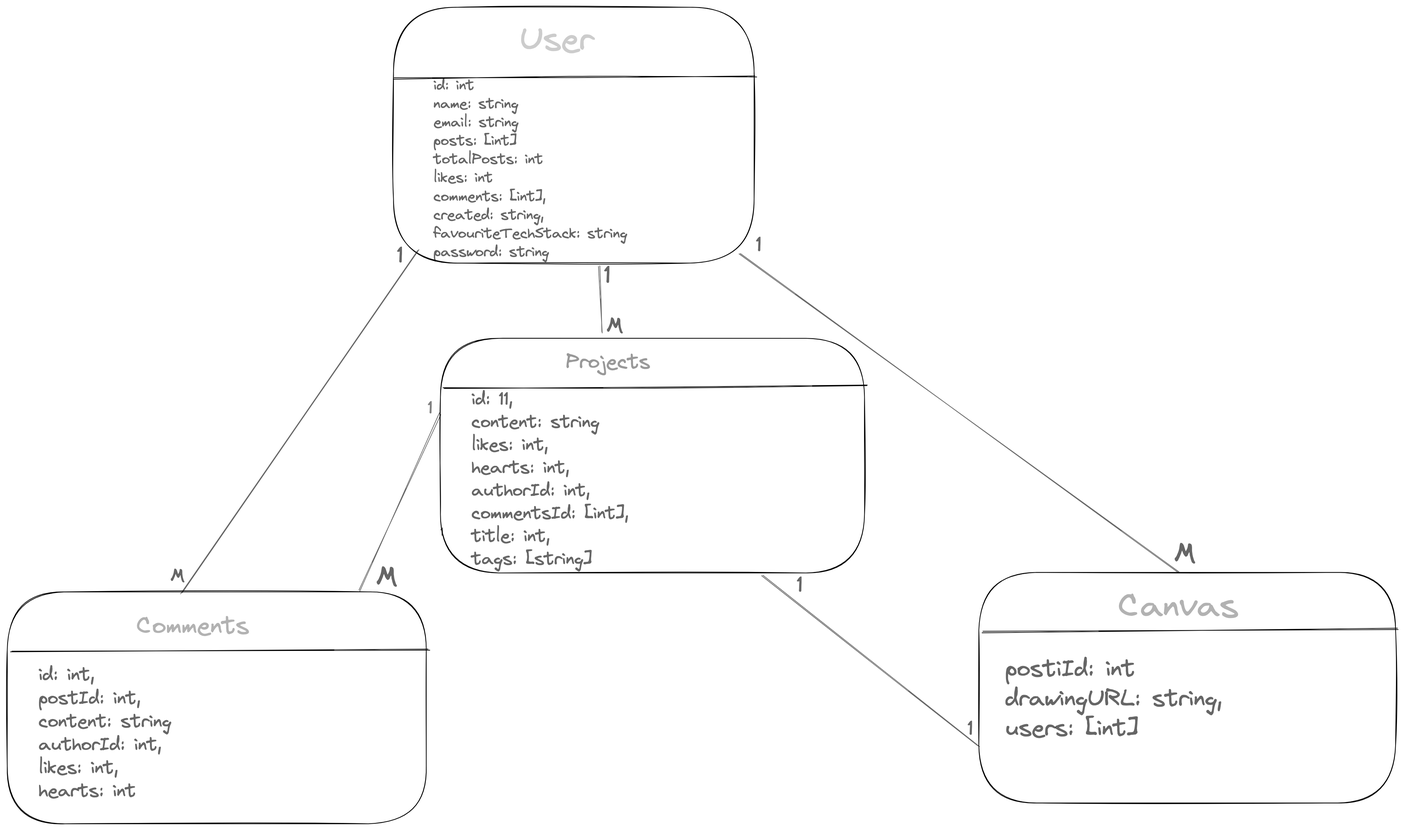
Earlier version of the Excalidraw export public/Db.excalidraw.png (HieuHongHao/326Project). Source tidied: one line per element, renumbered; positions are measured from the earlier drawing's top-left corner, leaving out a move shared by most shapes. Its diagram source:
```json
{"id": 0, "type": "rectangle", "strokeColor": "#000000", "strokeWidth": 1, "roughness": 1, "x": 533, "y": 0, "width": 498, "height": 353}
{"id": 1, "type": "line", "strokeColor": "#000000", "strokeWidth": 1, "roughness": 1, "x": 534, "y": 98, "width": 499, "height": 3, "points": [[0, 0], [250, -2], [499, -3]]}
{"id": 2, "type": "text", "text": "User", "strokeColor": "#000000", "strokeWidth": 1, "roughness": 1, "opacity": 20, "fontSize": 45.77, "fontFamily": 1, "x": 708, "y": 17, "width": 108, "height": 57}
{"id": 3, "type": "text", "text": " id: int\n name: string\n email: string\n posts: [int]\n totalPosts: int\n likes: int\n comments: [int],\n created: string,\n favouriteTechStack: string\n password: string\n", "strokeColor": "#000000", "strokeWidth": 1, "roughness": 1, "opacity": 60, "fontSize": 20.26, "fontFamily": 1, "x": 579, "y": 96, "width": 279, "height": 281}
{"id": 4, "type": "rectangle", "strokeColor": "#000000", "strokeWidth": 1, "roughness": 1, "x": 598, "y": 457, "width": 586, "height": 324}
{"id": 5, "type": "line", "strokeColor": "#000000", "strokeWidth": 1, "roughness": 1, "x": 603, "y": 526, "width": 584, "height": 4, "points": [[0, 0], [292, -2], [584, -4]]}
{"id": 6, "type": "text", "text": "Projects", "strokeColor": "#000000", "strokeWidth": 1, "roughness": 1, "opacity": 40, "fontSize": 28.16, "fontFamily": 1, "x": 772, "y": 473, "width": 118, "height": 36}
{"id": 7, "type": "text", "text": "    id: 11,\n    content: string\n    likes: int,\n    hearts: int,\n    authorId: int,\n    commentsId: [int],\n    title: int,\n    tags: [string]", "strokeColor": "#000000", "strokeWidth": 1, "roughness": 1, "opacity": 60, "fontSize": 24.75, "fontFamily": 1, "x": 592, "y": 525, "width": 268, "height": 252}
{"id": 8, "type": "rectangle", "strokeColor": "#000000", "strokeWidth": 1, "roughness": 1, "x": 0, "y": 807, "width": 579, "height": 320}
{"id": 9, "type": "line", "strokeColor": "#000000", "strokeWidth": 1, "roughness": 1, "x": 5, "y": 890, "width": 577, "height": 4, "points": [[0, 0], [577, -4]]}
{"id": 10, "type": "text", "text": "Comments", "strokeColor": "#000000", "strokeWidth": 1, "roughness": 1, "opacity": 30, "fontSize": 33.94, "fontFamily": 1, "x": 179, "y": 834, "width": 159, "height": 42}
{"id": 11, "type": "text", "text": "id: int,\npostId: int,\ncontent: string\nauthorId: int,\nlikes: int,\nhearts: int", "strokeColor": "#000000", "strokeWidth": 1, "roughness": 1, "opacity": 60, "fontSize": 25.68, "fontFamily": 1, "x": 43, "y": 906, "width": 185, "height": 193}
{"id": 12, "type": "rectangle", "strokeColor": "#000000", "strokeWidth": 1, "roughness": 1, "x": 1342, "y": 780, "width": 575, "height": 318}
{"id": 13, "type": "line", "strokeColor": "#000000", "strokeWidth": 1, "roughness": 1, "x": 1347, "y": 862, "width": 574, "height": 4, "points": [[0, 0], [574, -4]]}
{"id": 14, "type": "text", "text": "Canvas", "strokeColor": "#000000", "strokeWidth": 1, "roughness": 1, "opacity": 30, "fontSize": 47.31, "fontFamily": 1, "x": 1534, "y": 799, "width": 171, "height": 59}
{"id": 15, "type": "text", "text": "postiId: int\ndrawingURL: string,\nusers: [int]\n\n\n", "strokeColor": "#000000", "strokeWidth": 1, "roughness": 1, "opacity": 60, "fontSize": 32.74, "fontFamily": 1, "x": 1378, "y": 894, "width": 301, "height": 246}
{"id": 16, "type": "line", "strokeColor": "#000000", "strokeWidth": 1, "roughness": 1, "opacity": 60, "x": 568, "y": 336, "width": 327, "height": 473, "points": [[0, 0], [-327, 473]]}
{"id": 17, "type": "line", "strokeColor": "#000000", "strokeWidth": 1, "roughness": 1, "opacity": 60, "x": 817, "y": 358, "width": 4, "height": 91, "points": [[0, 0], [4, 91]]}
{"id": 18, "type": "line", "strokeColor": "#000000", "strokeWidth": 1, "roughness": 1, "opacity": 60, "x": 1012, "y": 339, "width": 606, "height": 441, "points": [[0, 0], [606, 441]]}
{"id": 19, "type": "line", "strokeColor": "#000000", "strokeWidth": 1, "roughness": 1, "opacity": 60, "x": 597, "y": 561, "width": 110, "height": 244, "points": [[0, 0], [-110, 244]]}
{"id": 20, "type": "line", "strokeColor": "#000000", "strokeWidth": 1, "roughness": 1, "opacity": 60, "x": 1043, "y": 784, "width": 298, "height": 236, "points": [[0, 0], [298, 236]]}
{"id": 21, "type": "text", "text": "1", "strokeColor": "#000000", "strokeWidth": 1, "roughness": 1, "opacity": 60, "fontSize": 33.5, "fontFamily": 1, "x": 824, "y": 349, "width": 13, "height": 42}
{"id": 22, "type": "text", "text": "M", "strokeColor": "#000000", "strokeWidth": 1, "roughness": 1, "opacity": 60, "fontSize": 30.64, "fontFamily": 1, "x": 827, "y": 422, "width": 27, "height": 38}
{"id": 23, "type": "text", "text": "1", "strokeColor": "#000000", "strokeWidth": 1, "roughness": 1, "opacity": 60, "fontSize": 16, "fontFamily": 1, "x": 598, "y": 715, "width": 6, "height": 20}
{"id": 24, "type": "text", "text": "M", "strokeColor": "#000000", "strokeWidth": 1, "roughness": 1, "opacity": 60, "fontSize": 39.14, "fontFamily": 1, "x": 509, "y": 762, "width": 34, "height": 49}
{"id": 25, "type": "text", "text": "1", "strokeColor": "#000000", "strokeWidth": 1, "roughness": 1, "opacity": 60, "fontSize": 31.23, "fontFamily": 1, "x": 538, "y": 323, "width": 12, "height": 39}
{"id": 26, "type": "text", "text": "M", "strokeColor": "#000000", "strokeWidth": 1, "roughness": 1, "opacity": 60, "fontSize": 26.32, "fontFamily": 1, "x": 225, "y": 769, "width": 23, "height": 33}
{"id": 27, "type": "text", "text": "1", "strokeColor": "#000000", "strokeWidth": 1, "roughness": 1, "opacity": 60, "fontSize": 30.0, "fontFamily": 1, "x": 1090, "y": 780, "width": 11, "height": 37}
{"id": 28, "type": "text", "text": "1", "strokeColor": "#000000", "strokeWidth": 1, "roughness": 1, "opacity": 60, "fontSize": 27.71, "fontFamily": 1, "x": 1326, "y": 979, "width": 10, "height": 35}
{"id": 29, "type": "text", "text": "1", "strokeColor": "#000000", "strokeWidth": 1, "roughness": 1, "opacity": 60, "fontSize": 28.49, "fontFamily": 1, "x": 1034, "y": 312, "width": 11, "height": 36}
{"id": 30, "type": "text", "text": "M", "strokeColor": "#000000", "strokeWidth": 1, "roughness": 1, "opacity": 60, "fontSize": 39.66, "fontFamily": 1, "x": 1611, "y": 730, "width": 35, "height": 50}
{"id": 31, "type": "text", "text": "1", "strokeColor": "#000000", "strokeWidth": 1, "roughness": 1, "opacity": 50, "fontSize": 24.2, "fontFamily": 1, "x": 581, "y": 539, "width": 8, "height": 30}
```
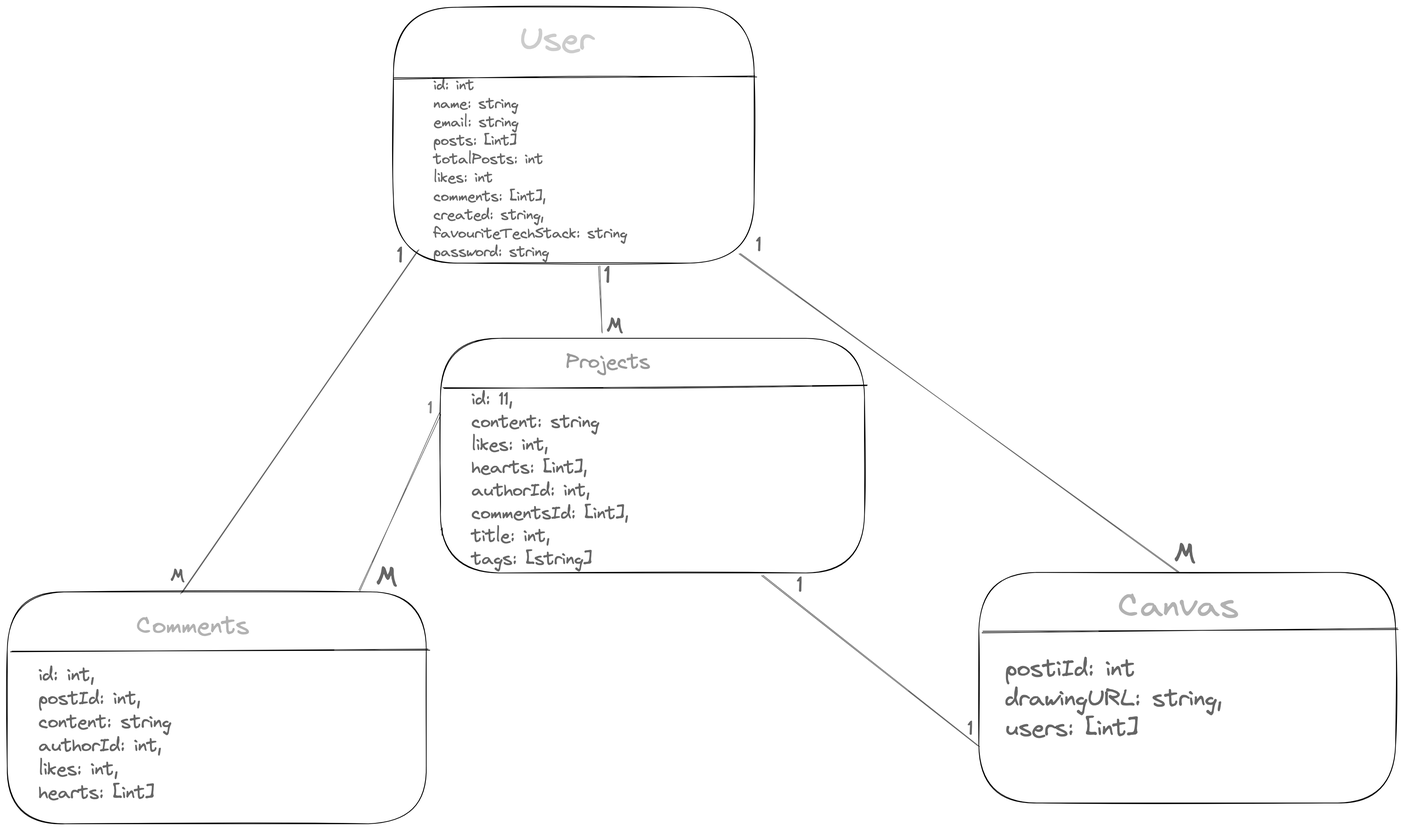
The same diagram one commit later.

What changed in the source:
```diff
@@ -5,11 +5,11 @@
 {"id": 4, "type": "rectangle", "strokeColor": "#000000", "strokeWidth": 1, "roughness": 1, "x": 598, "y": 457, "width": 586, "height": 324}
 {"id": 5, "type": "line", "strokeColor": "#000000", "strokeWidth": 1, "roughness": 1, "x": 603, "y": 526, "width": 584, "height": 4, "points": [[0, 0], [292, -2], [584, -4]]}
 {"id": 6, "type": "text", "text": "Projects", "strokeColor": "#000000", "strokeWidth": 1, "roughness": 1, "opacity": 40, "fontSize": 28.16, "fontFamily": 1, "x": 772, "y": 473, "width": 118, "height": 36}
-{"id": 7, "type": "text", "text": "    id: 11,\n    content: string\n    likes: int,\n    hearts: int,\n    authorId: int,\n    commentsId: [int],\n    title: int,\n    tags: [string]", "strokeColor": "#000000", "strokeWidth": 1, "roughness": 1, "opacity": 60, "fontSize": 24.75, "fontFamily": 1, "x": 592, "y": 525, "width": 268, "height": 252}
+{"id": 7, "type": "text", "text": "    id: 11,\n    content: string\n    likes: int,\n    hearts: [int],\n    authorId: int,\n    commentsId: [int],\n    title: int,\n    tags: [string]", "strokeColor": "#000000", "strokeWidth": 1, "roughness": 1, "opacity": 60, "fontSize": 24.75, "fontFamily": 1, "x": 592, "y": 525, "width": 268, "height": 252}
 {"id": 8, "type": "rectangle", "strokeColor": "#000000", "strokeWidth": 1, "roughness": 1, "x": 0, "y": 807, "width": 579, "height": 320}
 {"id": 9, "type": "line", "strokeColor": "#000000", "strokeWidth": 1, "roughness": 1, "x": 5, "y": 890, "width": 577, "height": 4, "points": [[0, 0], [577, -4]]}
 {"id": 10, "type": "text", "text": "Comments", "strokeColor": "#000000", "strokeWidth": 1, "roughness": 1, "opacity": 30, "fontSize": 33.94, "fontFamily": 1, "x": 179, "y": 834, "width": 159, "height": 42}
-{"id": 11, "type": "text", "text": "id: int,\npostId: int,\ncontent: string\nauthorId: int,\nlikes: int,\nhearts: int", "strokeColor": "#000000", "strokeWidth": 1, "roughness": 1, "opacity": 60, "fontSize": 25.68, "fontFamily": 1, "x": 43, "y": 906, "width": 185, "height": 193}
+{"id": 11, "type": "text", "text": "id: int,\npostId: int,\ncontent: string\nauthorId: int,\nlikes: int,\nhearts: [int]", "strokeColor": "#000000", "strokeWidth": 1, "roughness": 1, "opacity": 60, "fontSize": 25.68, "fontFamily": 1, "x": 43, "y": 906, "width": 184, "height": 195}
 {"id": 12, "type": "rectangle", "strokeColor": "#000000", "strokeWidth": 1, "roughness": 1, "x": 1342, "y": 780, "width": 575, "height": 318}
 {"id": 13, "type": "line", "strokeColor": "#000000", "strokeWidth": 1, "roughness": 1, "x": 1347, "y": 862, "width": 574, "height": 4, "points": [[0, 0], [574, -4]]}
 {"id": 14, "type": "text", "text": "Canvas", "strokeColor": "#000000", "strokeWidth": 1, "roughness": 1, "opacity": 30, "fontSize": 47.31, "fontFamily": 1, "x": 1534, "y": 799, "width": 171, "height": 59}
```
